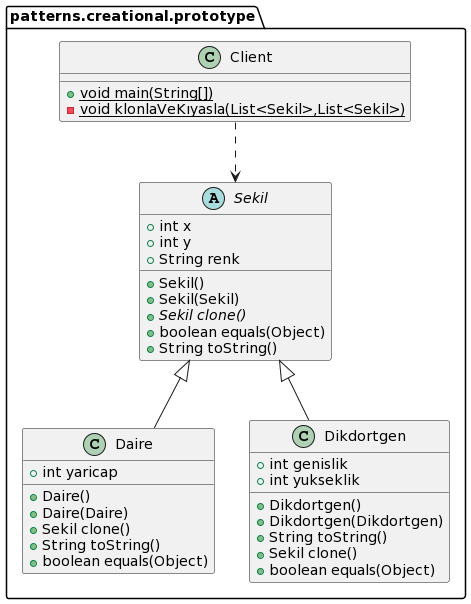
MertBaran/Design-Patterns keeps this PlantUML diagram as umls/creational/PrototypeUML.png. Above is the earlier version. The source it was exported from:
```plantuml
@startuml
class patterns.creational.prototype.Daire {
+ int yaricap
+ Daire()
+ Daire(Daire)
+ Sekil clone()
+ String toString()
+ boolean equals(Object)
}
class patterns.creational.prototype.Client {
+ {static} void main(String[])
- {static} void klonlaVeKıyasla(List<Sekil>,List<Sekil>)
}
abstract class patterns.creational.prototype.Sekil {
+ int x
+ int y
+ String renk
+ Sekil()
+ Sekil(Sekil)
+ {abstract}Sekil clone()
+ boolean equals(Object)
+ String toString()
}
class patterns.creational.prototype.Dikdortgen {
+ int genislik
+ int yukseklik
+ Dikdortgen()
+ Dikdortgen(Dikdortgen)
+ String toString()
+ Sekil clone()
+ boolean equals(Object)
}

patterns.creational.prototype.Client ..> patterns.creational.prototype.Sekil
patterns.creational.prototype.Sekil <|-- patterns.creational.prototype.Daire
patterns.creational.prototype.Sekil <|-- patterns.creational.prototype.Dikdortgen
@enduml
```
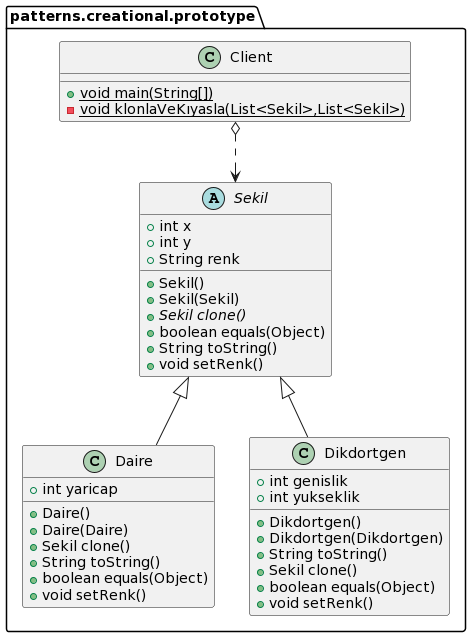
After the change.

What changed in the source:
```diff
@@ -6,6 +6,7 @@
 + Sekil clone()
 + String toString()
 + boolean equals(Object)
++ void setRenk()
 }
 class patterns.creational.prototype.Client {
 + {static} void main(String[])
@@ -20,6 +21,7 @@
 + {abstract}Sekil clone()
 + boolean equals(Object)
 + String toString()
++ void setRenk()
 }
 class patterns.creational.prototype.Dikdortgen {
 + int genislik
@@ -29,9 +31,10 @@
 + String toString()
 + Sekil clone()
 + boolean equals(Object)
++ void setRenk()
 }
 
-patterns.creational.prototype.Client ..> patterns.creational.prototype.Sekil
+patterns.creational.prototype.Client o..> patterns.creational.prototype.Sekil
 patterns.creational.prototype.Sekil <|-- patterns.creational.prototype.Daire
 patterns.creational.prototype.Sekil <|-- patterns.creational.prototype.Dikdortgen
 @enduml
```
